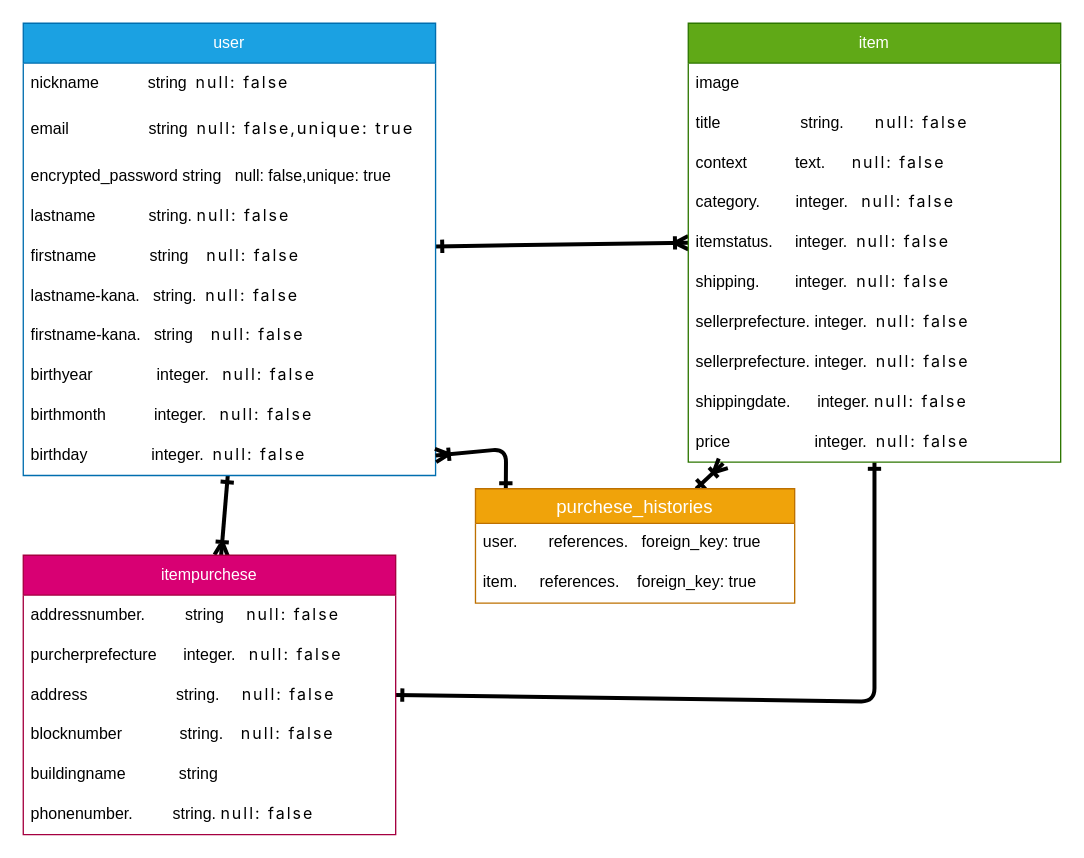
firecomenntdo/furima-41438 keeps this draw.io diagram as detabese.dio. Above is the earlier version. Source tidied: cells renumbered, new cells numbered last; positions are measured from the earlier drawing's top-left corner, leaving out a move shared by most shapes. Both pictures are drawn from the tidied source at 133%, with x=0, y=0 at pixel (23, 23).
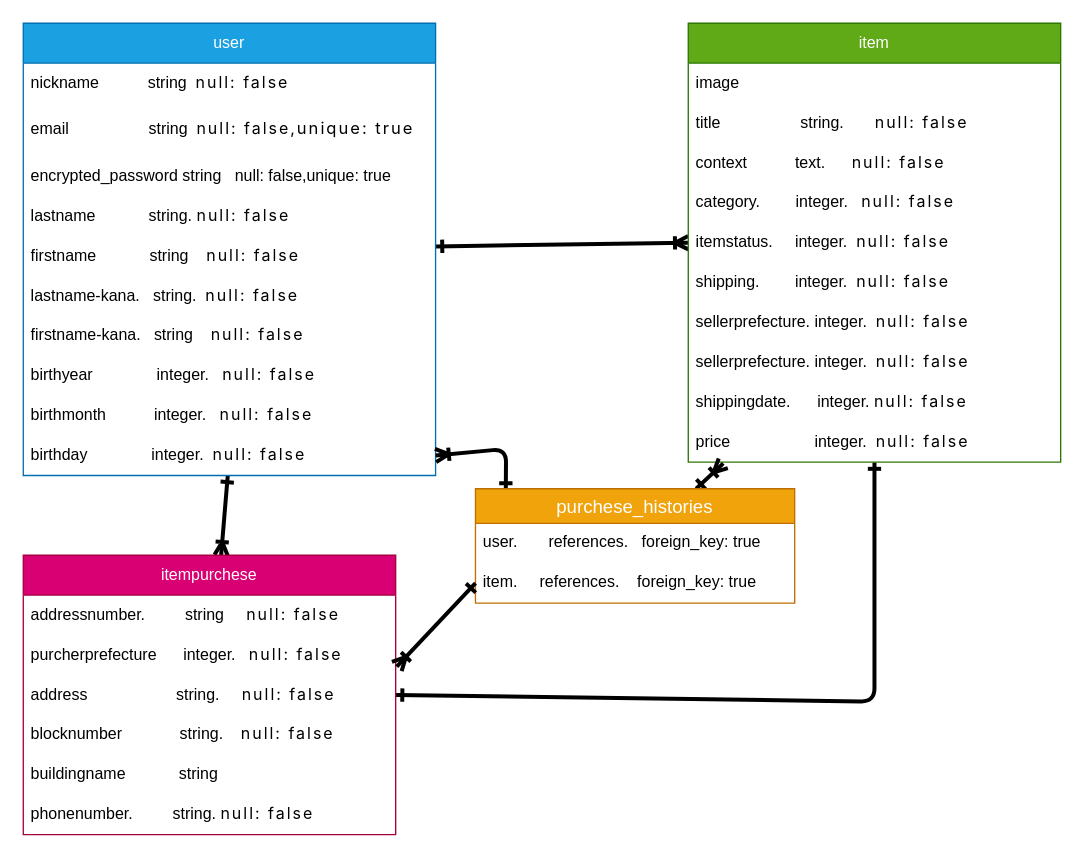
The same diagram, later.

The change refers to these unchanged cells:
```xml
<mxCell id="29" value="purcherprefecture&amp;nbsp; &amp;nbsp; &amp;nbsp; integer.&amp;nbsp; &amp;nbsp;&lt;span style=&quot;font-family: -apple-system, &amp;quot;system-ui&amp;quot;, &amp;quot;Noto Sans JP&amp;quot;, &amp;quot;Hiragino Sans&amp;quot;, &amp;quot;Hiragino Kaku Gothic ProN&amp;quot;, &amp;quot;segoe ui&amp;quot;, メイリオ, Meiryo, &amp;quot;ＭＳ Ｐゴシック&amp;quot;, &amp;quot;MS PGothic&amp;quot;, sans-serif; letter-spacing: 1.4952px;&quot;&gt;null: false&lt;/span&gt;" style="text;strokeColor=none;fillColor=none;align=left;verticalAlign=middle;spacingLeft=4;spacingRight=4;overflow=hidden;points=[[0,0.5],[1,0.5]];portConstraint=eastwest;whiteSpace=wrap;html=1;" parent="27" vertex="1">
  <mxGeometry y="60" width="280" height="30" as="geometry" />
</mxCell>
<mxCell id="38" value="item.     references.    foreign_key: true" style="text;strokeColor=none;fillColor=none;spacingLeft=4;spacingRight=4;overflow=hidden;points=[[0,0.5],[1,0.5]];portConstraint=eastwest;fontSize=12;" parent="36" vertex="1">
  <mxGeometry y="56" width="240" height="30" as="geometry" />
</mxCell>
```

Diff of the diagram source:
```diff
@@
+    <mxCell id="39" style="edgeStyle=none;html=1;exitX=0;exitY=0.5;exitDx=0;exitDy=0;entryX=1.003;entryY=0.789;entryDx=0;entryDy=0;entryPerimeter=0;startArrow=ERone;startFill=0;endArrow=ERoneToMany;endFill=0;strokeWidth=3;" parent="1" edge="1" source="38" target="29">
+      <mxGeometry relative="1" as="geometry" />
+    </mxCell>
```
